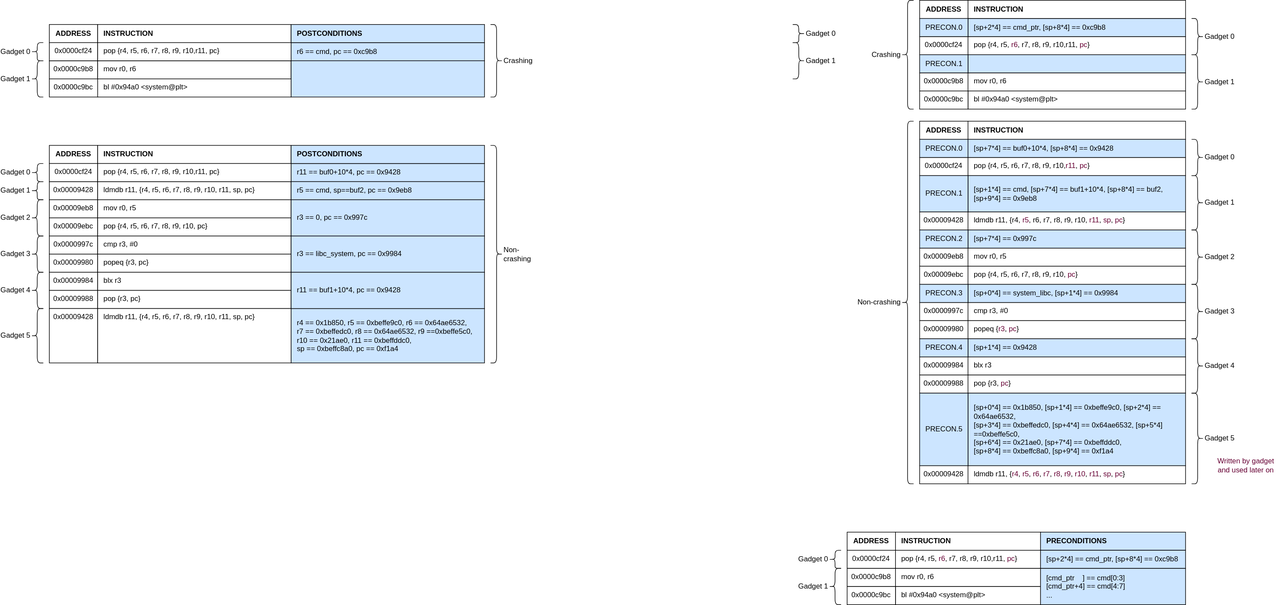
Earlier version of the draw.io export images/ROP_Chain.svg (cyber-defence-campus/netgear_r6700v3_circled). Source tidied: cells renumbered, new cells last; positions are measured from the earlier drawing's top-left corner, leaving out a move shared by most shapes.
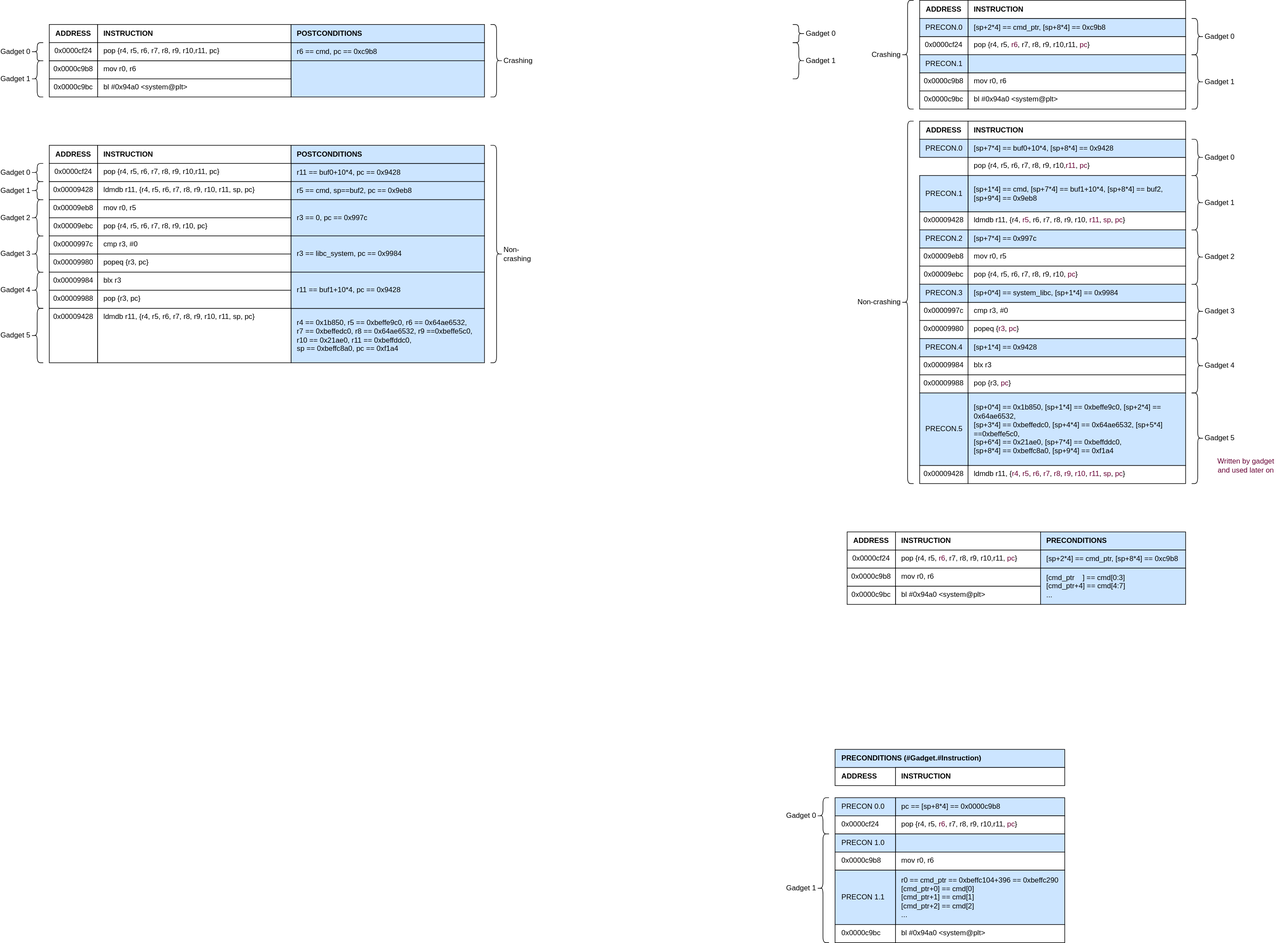
The same file after the commit.

Diff of the diagram source:
```diff
@@ -236,9 +236,6 @@
     <mxCell id="79" value="ldmdb &lt;font&gt;r11&lt;/font&gt;, {&lt;font color=&quot;#660033&quot;&gt;r4&lt;/font&gt;, &lt;font color=&quot;#660033&quot;&gt;r5&lt;/font&gt;, &lt;font color=&quot;#660033&quot;&gt;r6&lt;/font&gt;, &lt;font color=&quot;#660033&quot;&gt;r7&lt;/font&gt;, &lt;font color=&quot;#660033&quot;&gt;r8&lt;/font&gt;, &lt;font color=&quot;#660033&quot;&gt;r9&lt;/font&gt;, &lt;font color=&quot;#660033&quot;&gt;r10&lt;/font&gt;, &lt;font color=&quot;#660033&quot;&gt;r11&lt;/font&gt;, &lt;font color=&quot;#660033&quot;&gt;sp&lt;/font&gt;, &lt;font color=&quot;#660033&quot;&gt;pc&lt;/font&gt;}" style="rounded=0;whiteSpace=wrap;html=1;verticalAlign=top;align=left;spacingLeft=8;spacingRight=8;fontColor=#000000;" parent="1" vertex="1">
       <mxGeometry x="1550" y="770" width="360" height="30" as="geometry" />
     </mxCell>
-    <mxCell id="80" value="0x0000cf24" style="rounded=0;whiteSpace=wrap;html=1;verticalAlign=top;" parent="1" vertex="1">
-      <mxGeometry x="1470" y="260" width="80" height="30" as="geometry" />
-    </mxCell>
     <mxCell id="81" value="pop {r4, r5, r6, r7, r8, r9, r10,&lt;font color=&quot;#660033&quot;&gt;r11&lt;/font&gt;, &lt;font color=&quot;#660033&quot;&gt;pc&lt;/font&gt;}" style="rounded=0;whiteSpace=wrap;html=1;verticalAlign=top;align=left;spacingLeft=8;spacingRight=8;fontColor=#000000;" parent="1" vertex="1">
       <mxGeometry x="1550" y="260" width="360" height="30" as="geometry" />
     </mxCell>
@@ -348,10 +345,10 @@
       <mxGeometry x="1670" y="880" width="240" height="30" as="geometry" />
     </mxCell>
     <mxCell id="117" value="Gadget 0" style="shape=curlyBracket;html=1;rounded=1;labelPosition=left;verticalLabelPosition=middle;align=right;verticalAlign=middle;" parent="1" vertex="1">
-      <mxGeometry x="1320" y="910" width="20" height="30" as="geometry" />
+      <mxGeometry x="1300" y="1320" width="20" height="60" as="geometry" />
     </mxCell>
     <mxCell id="118" value="Gadget 1" style="shape=curlyBracket;html=1;rounded=1;labelPosition=left;verticalLabelPosition=middle;align=right;verticalAlign=middle;" parent="1" vertex="1">
-      <mxGeometry x="1320" y="940" width="20" height="60" as="geometry" />
+      <mxGeometry x="1300" y="1380" width="20" height="180" as="geometry" />
     </mxCell>
     <mxCell id="119" value="[sp+2*4] == cmd_ptr, [sp+8*4] == 0xc9b8" style="rounded=0;whiteSpace=wrap;html=1;verticalAlign=middle;align=left;spacingLeft=8;spacingRight=8;fillColor=#CCE5FF;" parent="1" vertex="1">
       <mxGeometry x="1670" y="910" width="240" height="30" as="geometry" />
@@ -359,5 +356,53 @@
     <mxCell id="120" value="[cmd_ptr&amp;nbsp;&amp;nbsp;&amp;nbsp; ] == cmd[0:3]&lt;br&gt;[cmd_ptr+4] == cmd[4:7]&lt;br&gt;..." style="rounded=0;whiteSpace=wrap;html=1;verticalAlign=middle;align=left;spacingLeft=8;spacingRight=8;fillColor=#CCE5FF;" parent="1" vertex="1">
       <mxGeometry x="1670" y="940" width="240" height="60" as="geometry" />
     </mxCell>
+    <mxCell id="80" value="0x0000cf24" style="rounded=0;whiteSpace=wrap;html=1;verticalAlign=top;align=left;spacingLeft=9;" parent="1" vertex="1">
+      <mxGeometry x="1330" y="1350" width="100" height="30" as="geometry" />
+    </mxCell>
+    <mxCell id="121" style="edgeStyle=orthogonalEdgeStyle;rounded=0;jettySize=auto;html=1;" parent="1" edge="1" source="122" target="133">
+      <mxGeometry relative="1" as="geometry" />
+    </mxCell>
+    <mxCell id="122" value="0x0000c9b8" style="rounded=0;whiteSpace=wrap;html=1;verticalAlign=top;align=left;spacingLeft=9;" parent="1" vertex="1">
+      <mxGeometry x="1330" y="1410" width="100" height="30" as="geometry" />
+    </mxCell>
+    <mxCell id="123" value="0x0000c9bc" style="rounded=0;whiteSpace=wrap;html=1;verticalAlign=top;align=left;spacingLeft=9;" parent="1" vertex="1">
+      <mxGeometry x="1330" y="1530" width="100" height="30" as="geometry" />
+    </mxCell>
+    <mxCell id="124" value="ADDRESS" style="rounded=0;whiteSpace=wrap;html=1;verticalAlign=middle;fontStyle=1;spacingLeft=9;align=left;" parent="1" vertex="1">
+      <mxGeometry x="1330" y="1270" width="100" height="30" as="geometry" />
+    </mxCell>
+    <mxCell id="125" value="&lt;b&gt;PRECONDITIONS (#Gadget.#Instruction)&lt;br&gt;&lt;/b&gt;" style="rounded=0;whiteSpace=wrap;html=1;verticalAlign=middle;align=left;spacingLeft=9;spacingRight=8;fillColor=#CCE5FF;fillStyle=auto;" parent="1" vertex="1">
+      <mxGeometry x="1330" y="1240" width="380" height="30" as="geometry" />
+    </mxCell>
+    <mxCell id="126" value="pc == [sp+8*4] == 0x0000c9b8" style="rounded=0;whiteSpace=wrap;html=1;verticalAlign=middle;align=left;spacingLeft=8;spacingRight=8;fillColor=#CCE5FF;" parent="1" vertex="1">
+      <mxGeometry x="1430" y="1320" width="280" height="30" as="geometry" />
+    </mxCell>
+    <mxCell id="127" value="pop {r4, r5, &lt;font color=&quot;#660033&quot;&gt;r6&lt;/font&gt;, r7, r8, r9, r10,r11, &lt;font color=&quot;#660033&quot;&gt;pc&lt;/font&gt;}" style="rounded=0;whiteSpace=wrap;html=1;verticalAlign=top;align=left;spacingLeft=8;spacingRight=8;fontColor=#000000;" parent="1" vertex="1">
+      <mxGeometry x="1430" y="1350" width="280" height="30" as="geometry" />
+    </mxCell>
+    <mxCell id="128" value="mov r0, r6" style="rounded=0;whiteSpace=wrap;html=1;verticalAlign=top;align=left;spacingLeft=8;spacingRight=8;fontColor=#000000;" parent="1" vertex="1">
+      <mxGeometry x="1430" y="1410" width="280" height="30" as="geometry" />
+    </mxCell>
+    <mxCell id="129" value="bl #0x94a0 &amp;lt;system@plt&amp;gt;" style="rounded=0;whiteSpace=wrap;html=1;verticalAlign=top;align=left;spacingLeft=8;spacingRight=8;fontColor=#000000;" parent="1" vertex="1">
+      <mxGeometry x="1430" y="1530" width="280" height="30" as="geometry" />
+    </mxCell>
+    <mxCell id="130" value="INSTRUCTION" style="rounded=0;whiteSpace=wrap;html=1;verticalAlign=middle;align=left;spacingLeft=8;spacingRight=8;fontStyle=1;spacing=2;" parent="1" vertex="1">
+      <mxGeometry x="1430" y="1270" width="280" height="30" as="geometry" />
+    </mxCell>
+    <mxCell id="131" value="PRECON 0.0" style="rounded=0;whiteSpace=wrap;html=1;verticalAlign=middle;align=left;spacingLeft=9;spacingRight=8;fillColor=#CCE5FF;" parent="1" vertex="1">
+      <mxGeometry x="1330" y="1320" width="100" height="30" as="geometry" />
+    </mxCell>
+    <mxCell id="132" value="r0 == cmd_ptr == 0xbeffc104+396 == 0xbeffc290&lt;br&gt;[cmd_ptr+0] == cmd[0]&lt;br&gt;[cmd_ptr+1] == cmd[1]&lt;br&gt;[cmd_ptr+2] == cmd[2]&lt;br&gt;..." style="rounded=0;whiteSpace=wrap;html=1;verticalAlign=middle;align=left;spacingLeft=8;spacingRight=8;fillColor=#CCE5FF;" parent="1" vertex="1">
+      <mxGeometry x="1430" y="1440" width="280" height="90" as="geometry" />
+    </mxCell>
+    <mxCell id="133" value="PRECON 1.1" style="rounded=0;whiteSpace=wrap;html=1;verticalAlign=middle;align=left;spacingLeft=9;spacingRight=8;fillColor=#CCE5FF;" parent="1" vertex="1">
+      <mxGeometry x="1330" y="1440" width="100" height="90" as="geometry" />
+    </mxCell>
+    <mxCell id="134" style="rounded=0;whiteSpace=wrap;html=1;verticalAlign=middle;align=left;spacingLeft=8;spacingRight=8;fillColor=#CCE5FF;" parent="1" vertex="1">
+      <mxGeometry x="1430" y="1380" width="280" height="30" as="geometry" />
+    </mxCell>
+    <mxCell id="135" value="PRECON 1.0" style="rounded=0;whiteSpace=wrap;html=1;verticalAlign=middle;align=left;spacingLeft=9;spacingRight=8;fillColor=#CCE5FF;" parent="1" vertex="1">
+      <mxGeometry x="1330" y="1380" width="100" height="30" as="geometry" />
+    </mxCell>
   </root>
 </mxGraphModel>
```
